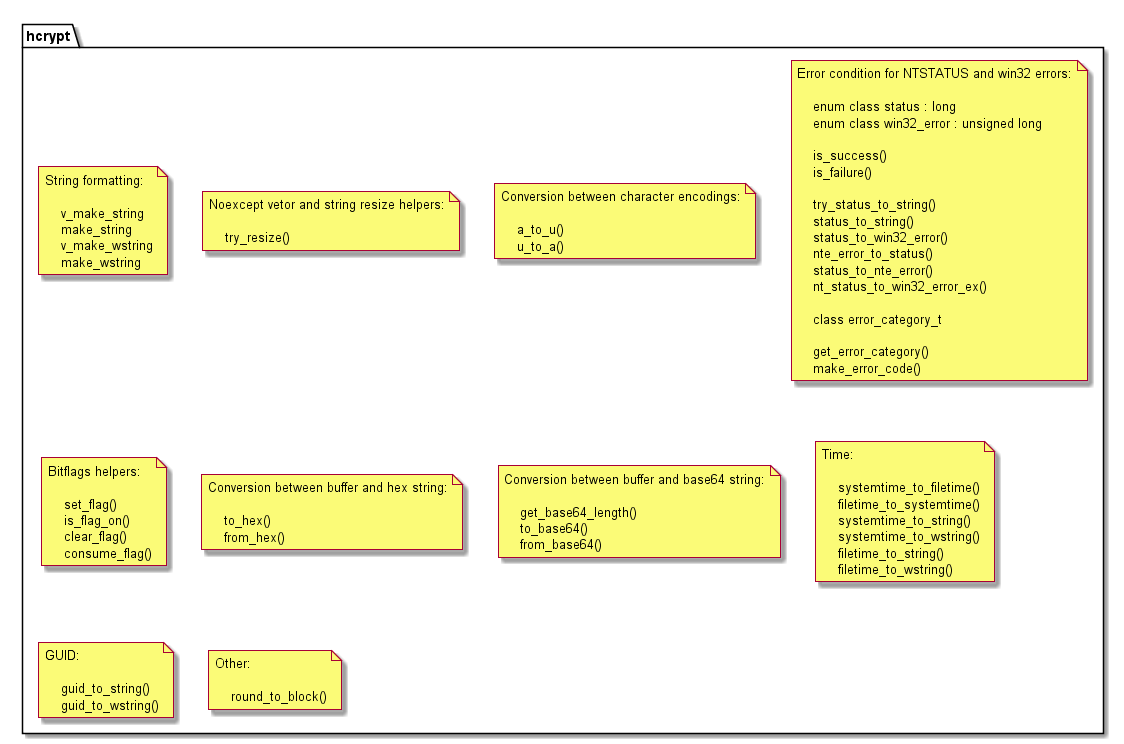
Earlier version of the PlantUML export doc/hcrypt_d.png (vladp72/hcrypt). Source of this version:
```plantuml
@startuml

hide empty members



hide empty members

namespace hcrypt {


    note  as hcrypt_Note1
        String formatting:

            v_make_string
            make_string
            v_make_wstring
            make_wstring
    end note

    note  as hcrypt_Note2
        Noexcept vetor and string resize helpers:

            try_resize()
    end note

    note  as hcrypt_Note3
        Conversion between character encodings:

            a_to_u()
            u_to_a()
    end note

    note  as hcrypt_Note4
        Error condition for NTSTATUS and win32 errors:

            enum class status : long
            enum class win32_error : unsigned long

            is_success()
            is_failure()

            try_status_to_string()
            status_to_string()
            status_to_win32_error()
            nte_error_to_status()
            status_to_nte_error()
            nt_status_to_win32_error_ex()

            class error_category_t

            get_error_category()
            make_error_code()
    end note

    note  as hcrypt_Note5
        Bitflags helpers:

            set_flag()
            is_flag_on()
            clear_flag()
            consume_flag()
    end note

    note  as hcrypt_Note6
        Conversion between buffer and hex string:

            to_hex()
            from_hex()
    end note

    note  as hcrypt_Note7
        Conversion between buffer and base64 string:

            get_base64_length()
            to_base64()
            from_base64()
    end note

    note  as hcrypt_Note8
        Time:

            systemtime_to_filetime()
            filetime_to_systemtime()
            systemtime_to_string()
            systemtime_to_wstring()
            filetime_to_string()
            filetime_to_wstring()
    end note

    note  as hcrypt_Note9
        GUID:

            guid_to_string()
            guid_to_wstring()
    end note

    note  as hcrypt_Note10
        Other:

            round_to_block()
    end note

}


@enduml
```
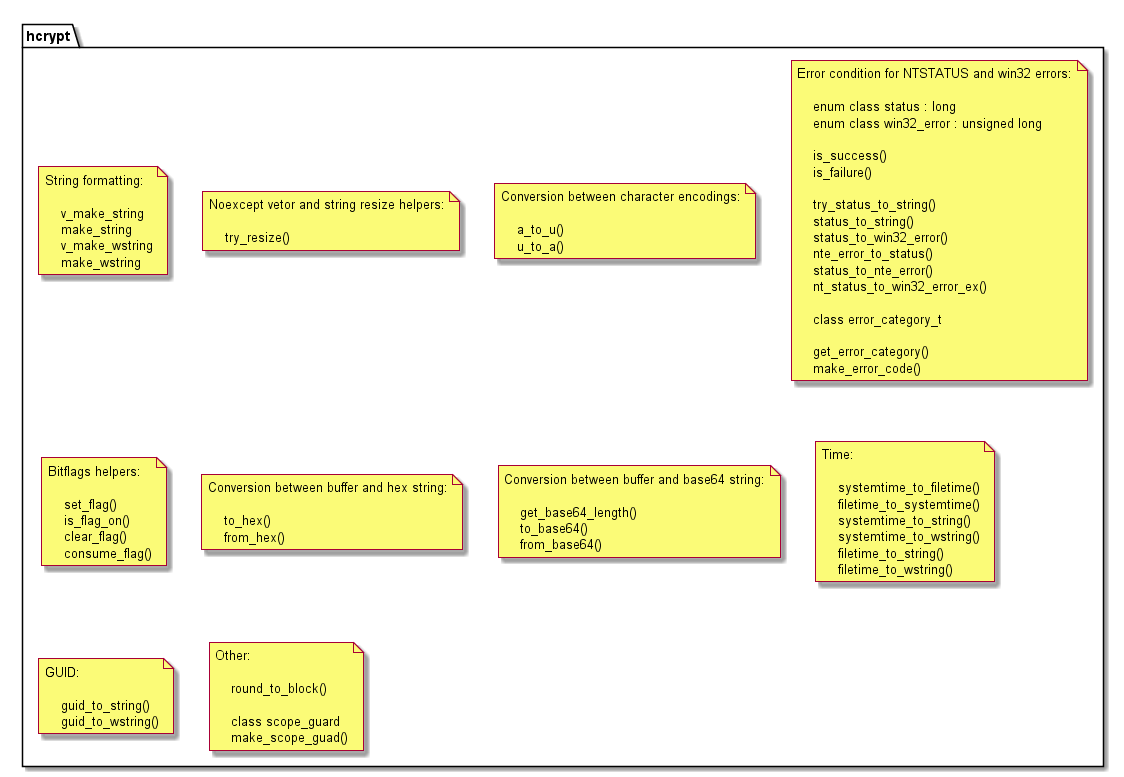
Later version of the same file.

Commit message:
added scope guard; extended ECDSA test; added delete key helpers to the storage providers

What changed in the source:
```diff
@@ -99,6 +99,9 @@
         Other:
 
             round_to_block()
+
+            class scope_guard
+            make_scope_guad()
     end note
 
 }
```
